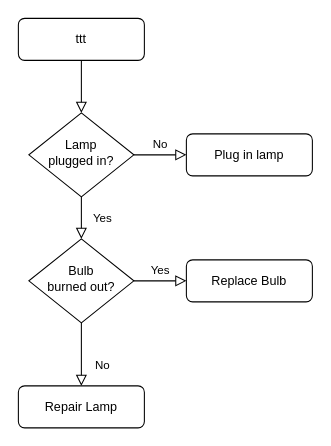
Before: Untitled Diagram.drawio in dev20220810/bright-light-ventures-ph-documentation, a draw.io diagram. Source tidied: cells renumbered, new cells numbered last; positions are measured from the earlier drawing's top-left corner, leaving out a move shared by most shapes. Both pictures are drawn from the tidied source at 105%, with x=0, y=0 at pixel (18, 18).
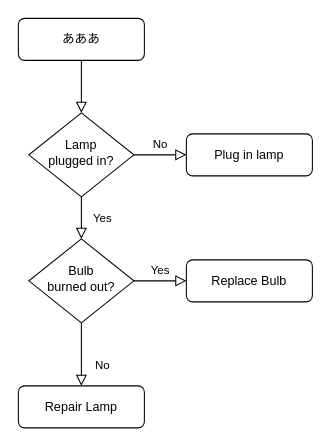
After the change.

What changed in the source:
```diff
@@
 <mxGraphModel>
   <root>
     <mxCell id="0" />
     <mxCell id="1" parent="0" />
     <mxCell id="2" style="rounded=0;html=1;jettySize=auto;fontSize=11;endArrow=block;endFill=0;endSize=8;strokeWidth=1;shadow=0;labelBackgroundColor=none;edgeStyle=orthogonalEdgeStyle;" parent="1" edge="1" source="3" target="6">
       <mxGeometry relative="1" as="geometry" />
     </mxCell>
-    <mxCell id="3" value="ttt" style="rounded=1;whiteSpace=wrap;html=1;fontSize=12;glass=0;strokeWidth=1;shadow=0;" parent="1" vertex="1">
+    <mxCell id="3" value="あああ" style="rounded=1;whiteSpace=wrap;html=1;fontSize=12;glass=0;strokeWidth=1;shadow=0;" parent="1" vertex="1">
       <mxGeometry width="120" height="40" as="geometry" />
     </mxCell>
     <mxCell id="4" value="Yes" style="rounded=0;html=1;jettySize=auto;fontSize=11;endArrow=block;endFill=0;endSize=8;strokeWidth=1;shadow=0;labelBackgroundColor=none;edgeStyle=orthogonalEdgeStyle;" parent="1" edge="1" source="6" target="10">
       <mxGeometry y="20" relative="1" as="geometry" />
     </mxCell>
     <mxCell id="5" value="No" style="edgeStyle=orthogonalEdgeStyle;rounded=0;html=1;jettySize=auto;fontSize=11;endArrow=block;endFill=0;endSize=8;strokeWidth=1;shadow=0;labelBackgroundColor=none;" parent="1" edge="1" source="6" target="7">
       <mxGeometry y="10" relative="1" as="geometry" />
     </mxCell>
     <mxCell id="6" value="Lamp&lt;br&gt;plugged in?" style="rhombus;whiteSpace=wrap;html=1;shadow=0;fontFamily=Helvetica;fontSize=12;align=center;strokeWidth=1;spacing=6;spacingTop=-4;" parent="1" vertex="1">
       <mxGeometry x="10" y="90" width="100" height="80" as="geometry" />
     </mxCell>
     <mxCell id="7" value="Plug in lamp" style="rounded=1;whiteSpace=wrap;html=1;fontSize=12;glass=0;strokeWidth=1;shadow=0;" parent="1" vertex="1">
       <mxGeometry x="160" y="110" width="120" height="40" as="geometry" />
     </mxCell>
     <mxCell id="8" value="No" style="rounded=0;html=1;jettySize=auto;fontSize=11;endArrow=block;endFill=0;endSize=8;strokeWidth=1;shadow=0;labelBackgroundColor=none;edgeStyle=orthogonalEdgeStyle;" parent="1" edge="1" source="10" target="11">
       <mxGeometry x="0.33" y="20" relative="1" as="geometry" />
     </mxCell>
     <mxCell id="9" value="Yes" style="edgeStyle=orthogonalEdgeStyle;rounded=0;html=1;jettySize=auto;fontSize=11;endArrow=block;endFill=0;endSize=8;strokeWidth=1;shadow=0;labelBackgroundColor=none;" parent="1" edge="1" source="10" target="12">
       <mxGeometry y="10" relative="1" as="geometry" />
     </mxCell>
     <mxCell id="10" value="Bulb&lt;br&gt;burned out?" style="rhombus;whiteSpace=wrap;html=1;shadow=0;fontFamily=Helvetica;fontSize=12;align=center;strokeWidth=1;spacing=6;spacingTop=-4;" parent="1" vertex="1">
       <mxGeometry x="10" y="210" width="100" height="80" as="geometry" />
     </mxCell>
     <mxCell id="11" value="Repair Lamp" style="rounded=1;whiteSpace=wrap;html=1;fontSize=12;glass=0;strokeWidth=1;shadow=0;" parent="1" vertex="1">
       <mxGeometry y="350" width="120" height="40" as="geometry" />
     </mxCell>
     <mxCell id="12" value="Replace Bulb" style="rounded=1;whiteSpace=wrap;html=1;fontSize=12;glass=0;strokeWidth=1;shadow=0;" parent="1" vertex="1">
       <mxGeometry x="160" y="230" width="120" height="40" as="geometry" />
     </mxCell>
   </root>
 </mxGraphModel>
```
